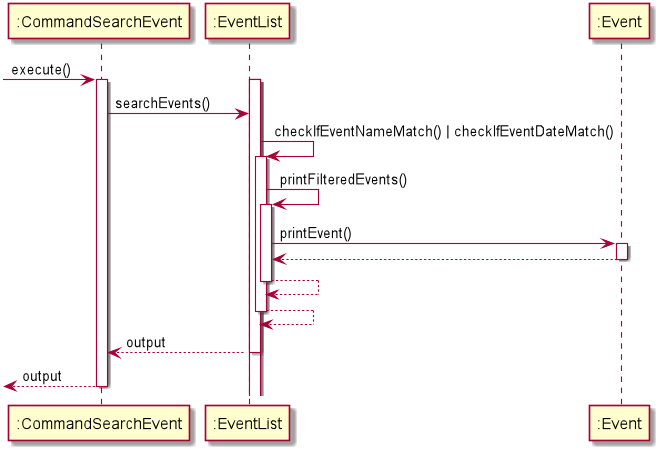
Before: docs/EventDiagram/SequenceDiagram/CommandSearchEvent.png, a diagram exported from PlantUML (nus-cs2113-AY2021S1/tp).
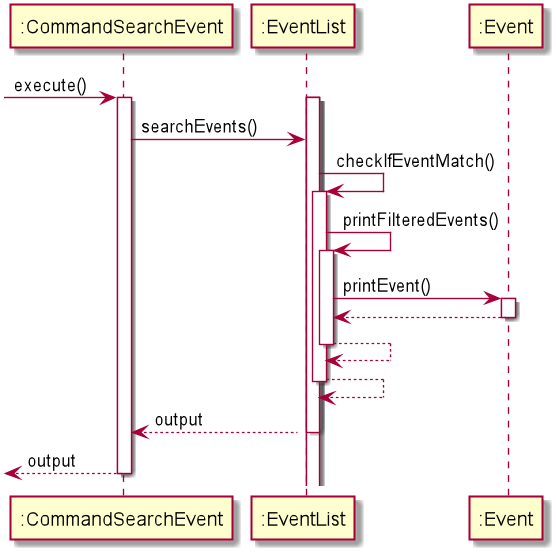
Later version of the same file.

Diff of the diagram source:
```diff
@@ -6,7 +6,7 @@
 activate ":EventList"
 ":CommandSearchEvent" -> ":EventList":searchEvents()
 
-":EventList" -> ":EventList" : checkIfEventNameMatch() | checkIfEventDateMatch()
+":EventList" -> ":EventList" : checkIfEventMatch()
 activate ":EventList"
 ":EventList" -> ":EventList" : printFilteredEvents()
 activate ":EventList"
```
